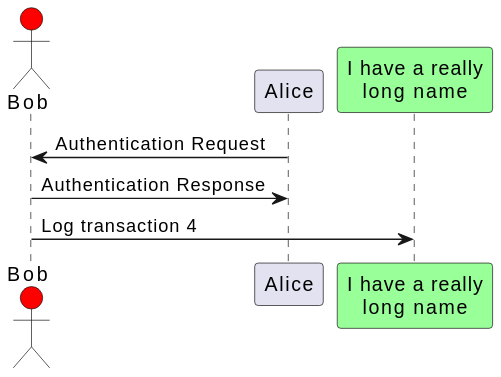
Before: example/test.svg, a diagram exported from PlantUML (rafaelbrandaof/test.plantuml-action).
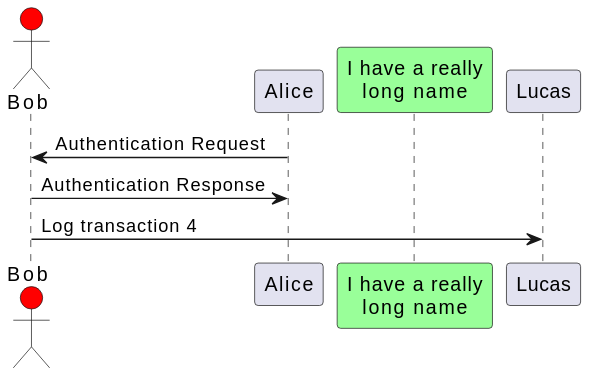
Later version of the same file.

The edit, as a diff of the source:
```diff
@@ -5,5 +5,5 @@
 
 Alice->Bob: Authentication Request
 Bob->Alice: Authentication Response
-Bob->L: Log transaction 4
+Bob->Lucas: Log transaction 4
 @enduml
```
